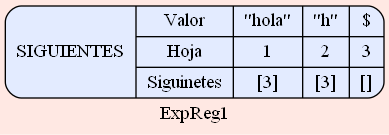
The Graphviz diagram SIGUIENTES_202000119/Siguientes_ExpReg1.png in SergieArizandieta/OLC1-P1-202000119, before a commit. Its source is kept beside it as SIGUIENTES_202000119/Siguientes_ExpReg1.dot.
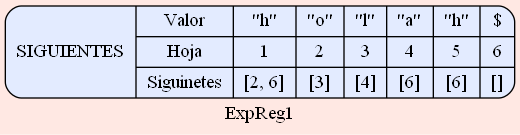
The same file after the commit.

What changed in the source:
```diff
@@ -3,8 +3,11 @@
  node [shape=Mrecord fillcolor="#E3EBFF" style =filled];
 label ="ExpReg1"
 struct1 [label="SIGUIENTES| { Valor | Hoja| Siguinetes } |
-{ \"hola\"| 1 | [3]}|
-{ \"h\"| 2 | [3]}|
-{ $| 3 | []}
+{ \"h\"| 1 | [2, 6]}|
+{ \"o\"| 2 | [3]}|
+{ \"l\"| 3 | [4]}|
+{ \"a\"| 4 | [6]}|
+{ \"h\"| 5 | [6]}|
+{ $| 6 | []}
 "];
  }
```
